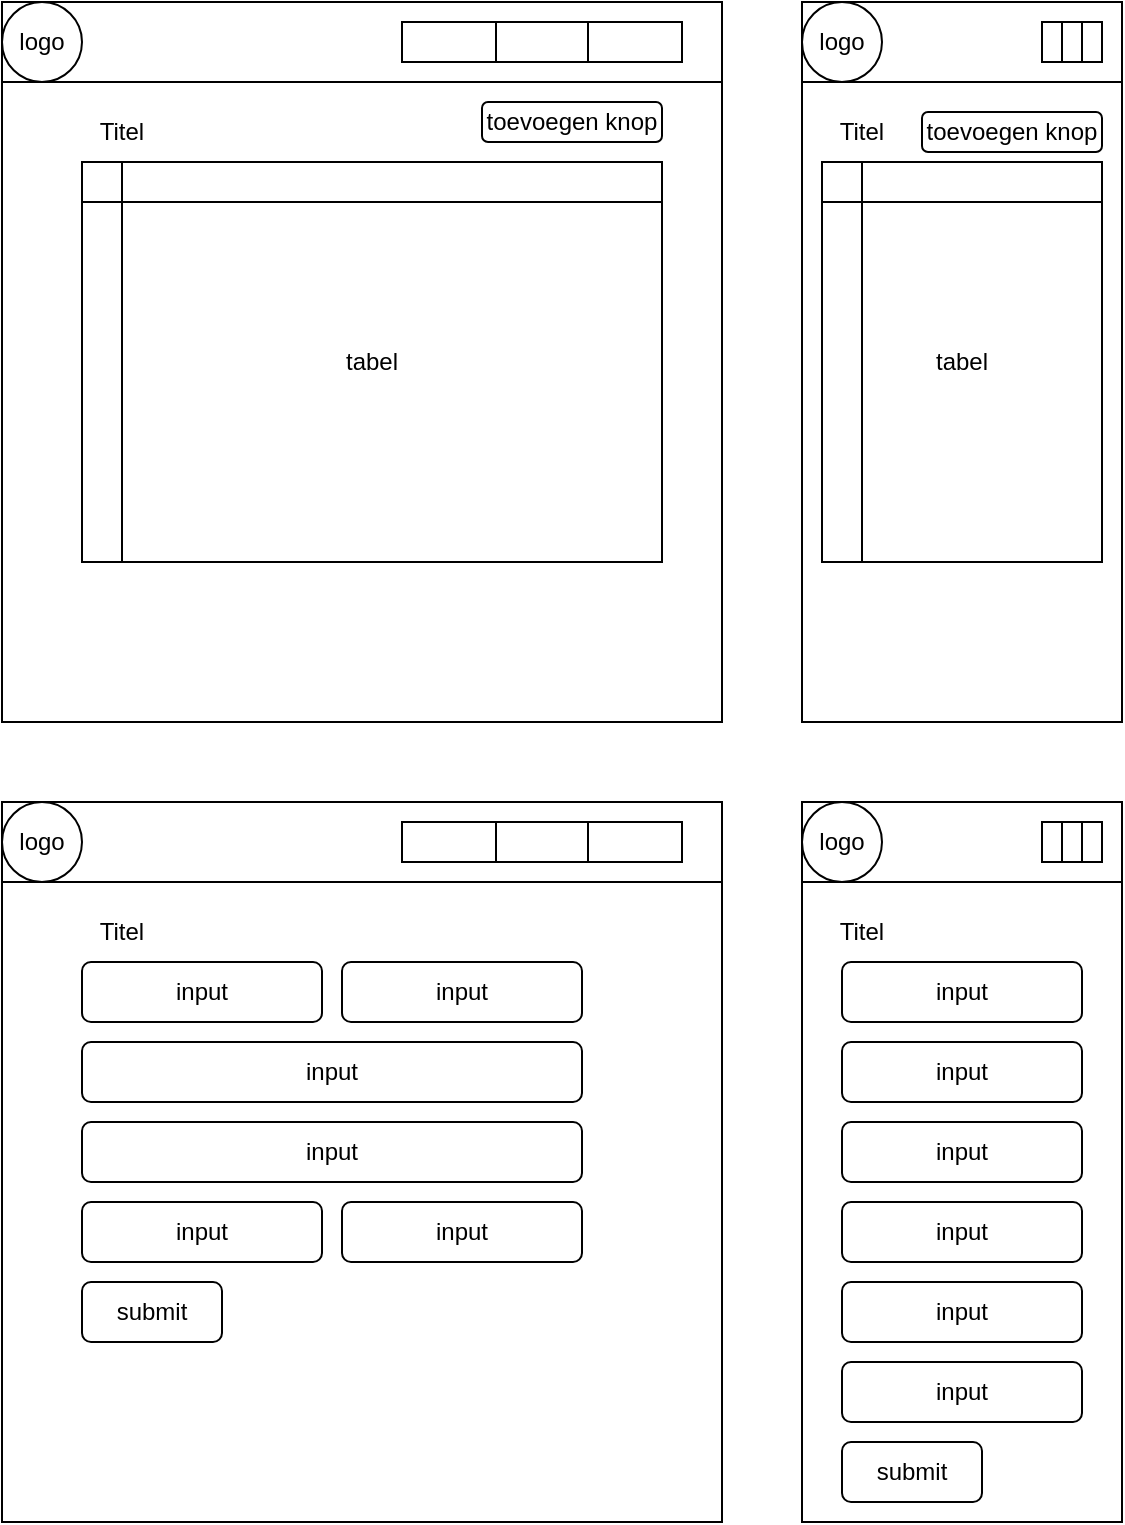
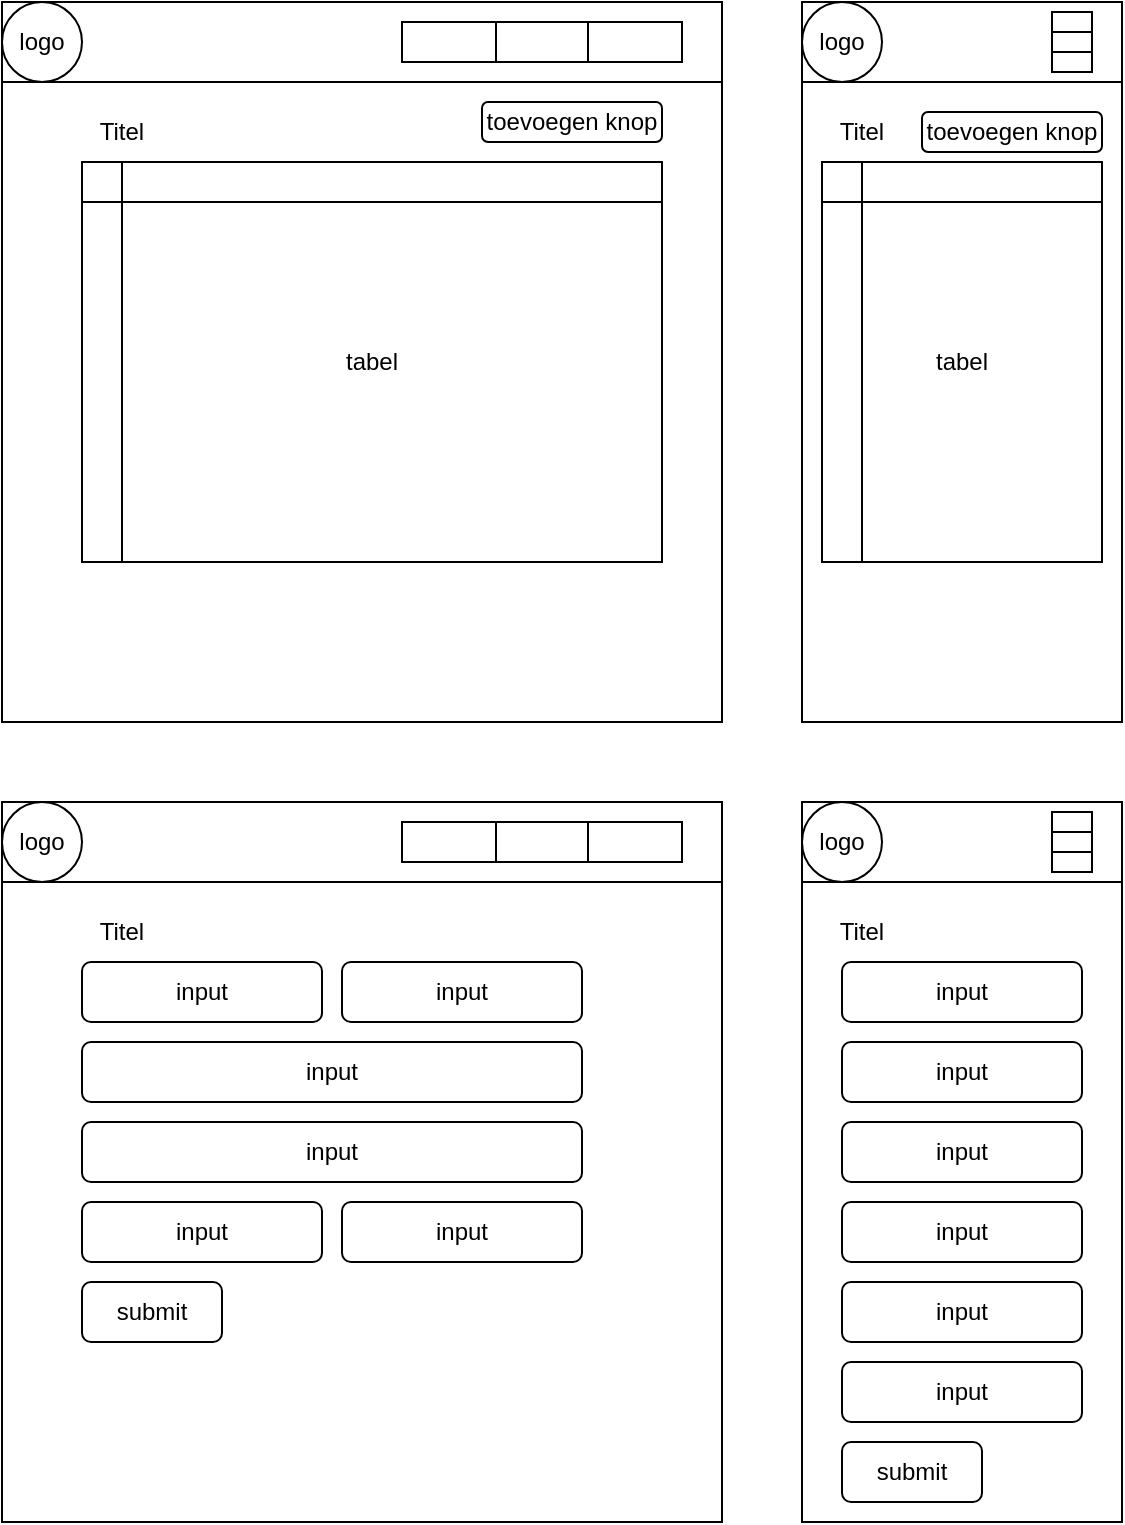
<mxfile host="65bd71144e">
    <diagram id="c4RTetycNQgEsIbagvES" name="Page-1">
-         <mxGraphModel dx="624" dy="427" grid="1" gridSize="10" guides="1" tooltips="1" connect="1" arrows="1" fold="1" page="1" pageScale="1" pageWidth="850" pageHeight="1100" math="0" shadow="0">
+         <mxGraphModel dx="430" dy="294" grid="1" gridSize="10" guides="1" tooltips="1" connect="1" arrows="1" fold="1" page="1" pageScale="1" pageWidth="850" pageHeight="1100" math="0" shadow="0">
            <root>
                <mxCell id="0"/>
                <mxCell id="1" parent="0"/>
                <mxCell id="2" value="" style="whiteSpace=wrap;html=1;aspect=fixed;" vertex="1" parent="1">
                    <mxGeometry x="40" y="40" width="360" height="360" as="geometry"/>
                </mxCell>
                <mxCell id="3" value="" style="rounded=0;whiteSpace=wrap;html=1;" vertex="1" parent="1">
                    <mxGeometry x="40" y="40" width="360" height="40" as="geometry"/>
                </mxCell>
                <mxCell id="4" value="" style="rounded=0;whiteSpace=wrap;html=1;" vertex="1" parent="1">
                    <mxGeometry x="440" y="40" width="160" height="360" as="geometry"/>
                </mxCell>
                <mxCell id="5" value="" style="rounded=0;whiteSpace=wrap;html=1;" vertex="1" parent="1">
                    <mxGeometry x="440" y="40" width="160" height="40" as="geometry"/>
                </mxCell>
                <mxCell id="6" value="logo" style="ellipse;whiteSpace=wrap;html=1;aspect=fixed;" vertex="1" parent="1">
                    <mxGeometry x="40" y="40" width="40" height="40" as="geometry"/>
                </mxCell>
                <mxCell id="7" value="logo" style="ellipse;whiteSpace=wrap;html=1;aspect=fixed;" vertex="1" parent="1">
                    <mxGeometry x="440" y="40" width="40" height="40" as="geometry"/>
                </mxCell>
-                 <mxCell id="8" value="" style="shape=process;whiteSpace=wrap;html=1;backgroundOutline=1;size=0.3333333333333333;" vertex="1" parent="1">
+                 <mxCell id="8" value="" style="shape=process;whiteSpace=wrap;html=1;backgroundOutline=1;size=0.3333333333333333;rotation=90;" vertex="1" parent="1">
                    <mxGeometry x="560" y="50" width="30" height="20" as="geometry"/>
                </mxCell>
                <mxCell id="9" value="" style="shape=process;whiteSpace=wrap;html=1;backgroundOutline=1;size=0.3333333333333333;" vertex="1" parent="1">
                    <mxGeometry x="240" y="50" width="140" height="20" as="geometry"/>
                </mxCell>
                <mxCell id="10" value="tabel" style="rounded=0;whiteSpace=wrap;html=1;" vertex="1" parent="1">
                    <mxGeometry x="80" y="120" width="290" height="200" as="geometry"/>
                </mxCell>
                <mxCell id="11" value="Titel" style="text;html=1;align=center;verticalAlign=middle;whiteSpace=wrap;rounded=0;" vertex="1" parent="1">
                    <mxGeometry x="70" y="90" width="60" height="30" as="geometry"/>
                </mxCell>
                <mxCell id="12" value="toevoegen knop" style="rounded=1;whiteSpace=wrap;html=1;" vertex="1" parent="1">
                    <mxGeometry x="280" y="90" width="90" height="20" as="geometry"/>
                </mxCell>
                <mxCell id="13" value="tabel" style="rounded=0;whiteSpace=wrap;html=1;" vertex="1" parent="1">
                    <mxGeometry x="450" y="120" width="140" height="200" as="geometry"/>
                </mxCell>
                <mxCell id="15" value="Titel" style="text;html=1;align=center;verticalAlign=middle;whiteSpace=wrap;rounded=0;" vertex="1" parent="1">
                    <mxGeometry x="440" y="90" width="60" height="30" as="geometry"/>
                </mxCell>
                <mxCell id="16" value="toevoegen knop" style="rounded=1;whiteSpace=wrap;html=1;" vertex="1" parent="1">
                    <mxGeometry x="500" y="95" width="90" height="20" as="geometry"/>
                </mxCell>
                <mxCell id="17" value="tabel" style="shape=internalStorage;whiteSpace=wrap;html=1;backgroundOutline=1;" vertex="1" parent="1">
                    <mxGeometry x="80" y="120" width="290" height="200" as="geometry"/>
                </mxCell>
                <mxCell id="18" value="tabel" style="shape=internalStorage;whiteSpace=wrap;html=1;backgroundOutline=1;" vertex="1" parent="1">
                    <mxGeometry x="450" y="120" width="140" height="200" as="geometry"/>
                </mxCell>
                <mxCell id="19" value="" style="whiteSpace=wrap;html=1;aspect=fixed;" vertex="1" parent="1">
                    <mxGeometry x="40" y="440" width="360" height="360" as="geometry"/>
                </mxCell>
                <mxCell id="20" value="" style="rounded=0;whiteSpace=wrap;html=1;" vertex="1" parent="1">
                    <mxGeometry x="40" y="440" width="360" height="40" as="geometry"/>
                </mxCell>
                <mxCell id="21" value="" style="rounded=0;whiteSpace=wrap;html=1;" vertex="1" parent="1">
                    <mxGeometry x="440" y="440" width="160" height="360" as="geometry"/>
                </mxCell>
                <mxCell id="22" value="" style="rounded=0;whiteSpace=wrap;html=1;" vertex="1" parent="1">
                    <mxGeometry x="440" y="440" width="160" height="40" as="geometry"/>
                </mxCell>
                <mxCell id="23" value="logo" style="ellipse;whiteSpace=wrap;html=1;aspect=fixed;" vertex="1" parent="1">
                    <mxGeometry x="40" y="440" width="40" height="40" as="geometry"/>
                </mxCell>
                <mxCell id="24" value="logo" style="ellipse;whiteSpace=wrap;html=1;aspect=fixed;" vertex="1" parent="1">
                    <mxGeometry x="440" y="440" width="40" height="40" as="geometry"/>
                </mxCell>
-                 <mxCell id="25" value="" style="shape=process;whiteSpace=wrap;html=1;backgroundOutline=1;size=0.3333333333333333;" vertex="1" parent="1">
+                 <mxCell id="25" value="" style="shape=process;whiteSpace=wrap;html=1;backgroundOutline=1;size=0.3333333333333333;rotation=90;" vertex="1" parent="1">
                    <mxGeometry x="560" y="450" width="30" height="20" as="geometry"/>
                </mxCell>
                <mxCell id="26" value="" style="shape=process;whiteSpace=wrap;html=1;backgroundOutline=1;size=0.3333333333333333;" vertex="1" parent="1">
                    <mxGeometry x="240" y="450" width="140" height="20" as="geometry"/>
                </mxCell>
                <mxCell id="28" value="Titel" style="text;html=1;align=center;verticalAlign=middle;whiteSpace=wrap;rounded=0;" vertex="1" parent="1">
                    <mxGeometry x="70" y="490" width="60" height="30" as="geometry"/>
                </mxCell>
                <mxCell id="31" value="Titel" style="text;html=1;align=center;verticalAlign=middle;whiteSpace=wrap;rounded=0;" vertex="1" parent="1">
                    <mxGeometry x="440" y="490" width="60" height="30" as="geometry"/>
                </mxCell>
                <mxCell id="35" value="input" style="rounded=1;whiteSpace=wrap;html=1;" vertex="1" parent="1">
                    <mxGeometry x="80" y="520" width="120" height="30" as="geometry"/>
                </mxCell>
                <mxCell id="36" value="input" style="rounded=1;whiteSpace=wrap;html=1;" vertex="1" parent="1">
                    <mxGeometry x="210" y="520" width="120" height="30" as="geometry"/>
                </mxCell>
                <mxCell id="37" value="input" style="rounded=1;whiteSpace=wrap;html=1;" vertex="1" parent="1">
                    <mxGeometry x="80" y="560" width="250" height="30" as="geometry"/>
                </mxCell>
                <mxCell id="38" value="input" style="rounded=1;whiteSpace=wrap;html=1;" vertex="1" parent="1">
                    <mxGeometry x="80" y="600" width="250" height="30" as="geometry"/>
                </mxCell>
                <mxCell id="39" value="input" style="rounded=1;whiteSpace=wrap;html=1;" vertex="1" parent="1">
                    <mxGeometry x="80" y="640" width="120" height="30" as="geometry"/>
                </mxCell>
                <mxCell id="40" value="input" style="rounded=1;whiteSpace=wrap;html=1;" vertex="1" parent="1">
                    <mxGeometry x="210" y="640" width="120" height="30" as="geometry"/>
                </mxCell>
                <mxCell id="41" value="submit" style="rounded=1;whiteSpace=wrap;html=1;" vertex="1" parent="1">
                    <mxGeometry x="80" y="680" width="70" height="30" as="geometry"/>
                </mxCell>
                <mxCell id="42" value="input" style="rounded=1;whiteSpace=wrap;html=1;" vertex="1" parent="1">
                    <mxGeometry x="460" y="520" width="120" height="30" as="geometry"/>
                </mxCell>
                <mxCell id="43" value="input" style="rounded=1;whiteSpace=wrap;html=1;" vertex="1" parent="1">
                    <mxGeometry x="460" y="560" width="120" height="30" as="geometry"/>
                </mxCell>
                <mxCell id="44" value="input" style="rounded=1;whiteSpace=wrap;html=1;" vertex="1" parent="1">
                    <mxGeometry x="460" y="600" width="120" height="30" as="geometry"/>
                </mxCell>
                <mxCell id="45" value="input" style="rounded=1;whiteSpace=wrap;html=1;" vertex="1" parent="1">
                    <mxGeometry x="460" y="640" width="120" height="30" as="geometry"/>
                </mxCell>
                <mxCell id="46" value="input" style="rounded=1;whiteSpace=wrap;html=1;" vertex="1" parent="1">
                    <mxGeometry x="460" y="680" width="120" height="30" as="geometry"/>
                </mxCell>
                <mxCell id="47" value="input" style="rounded=1;whiteSpace=wrap;html=1;" vertex="1" parent="1">
                    <mxGeometry x="460" y="720" width="120" height="30" as="geometry"/>
                </mxCell>
                <mxCell id="48" value="submit" style="rounded=1;whiteSpace=wrap;html=1;" vertex="1" parent="1">
                    <mxGeometry x="460" y="760" width="70" height="30" as="geometry"/>
                </mxCell>
            </root>
        </mxGraphModel>
    </diagram>
</mxfile>
